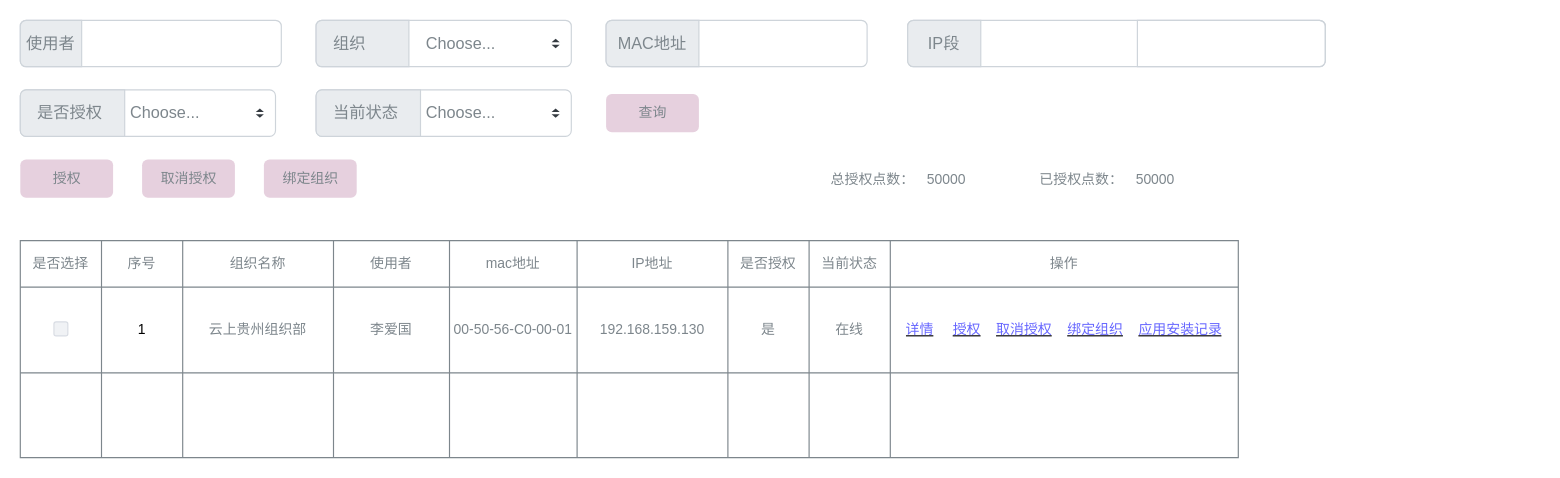
Before: 未命名绘图.drawio in fzon0902/DRAWIO-PICS, a draw.io diagram. Source tidied: cells renumbered, new cells numbered last; positions are measured from the earlier drawing's top-left corner, leaving out a move shared by most shapes. Both pictures are drawn from the tidied source at 116%, with x=0, y=0 at pixel (20, 20).
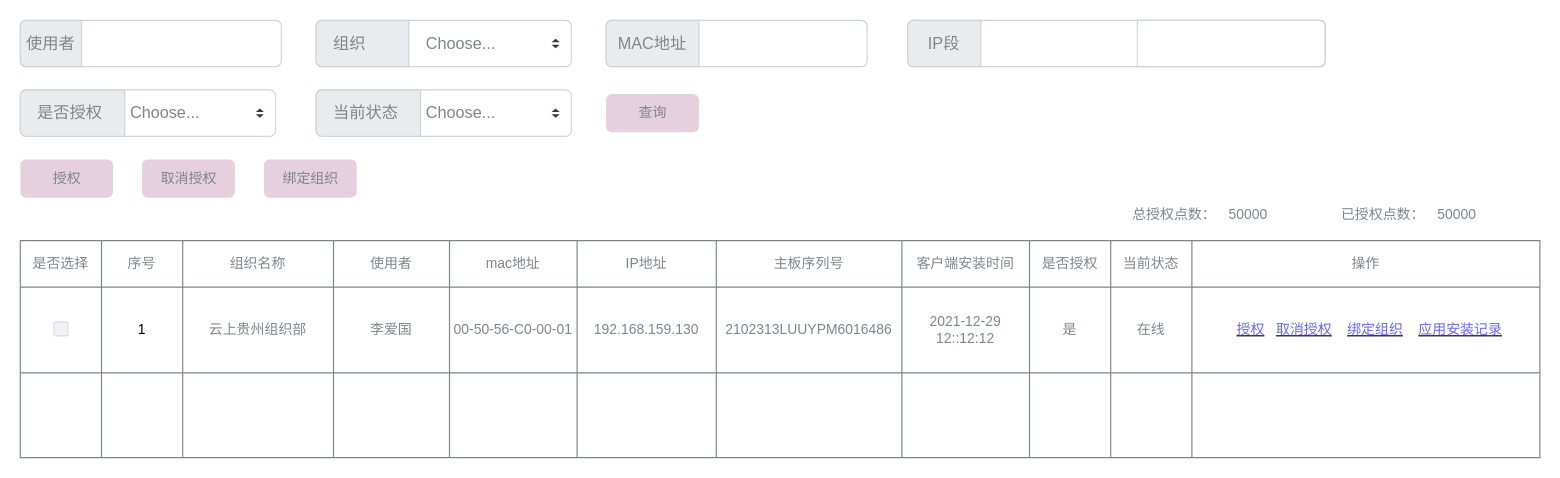
The same page after the edit.

Commit message:
客户端主界面.drawio

The edit, as a diff of the source:
```diff
@@
     <mxCell id="2" style="shape=table;html=1;whiteSpace=wrap;startSize=0;childLayout=tableLayout;shadow=0;fontColor=#7D868C;strokeColor=#7D868C;" parent="1" vertex="1">
-      <mxGeometry y="190" width="1050" height="187" as="geometry" />
+      <mxGeometry y="190" width="1310" height="187" as="geometry" />
     </mxCell>
     <mxCell id="3" style="shape=partialRectangle;html=1;whiteSpace=wrap;fillColor=none;top=0;left=0;bottom=0;right=0;shadow=0;" parent="2" vertex="1">
-      <mxGeometry width="1050" height="40" as="geometry" />
+      <mxGeometry width="1310" height="40" as="geometry" />
     </mxCell>
@@
     <mxCell id="9" value="IP地址" style="shape=partialRectangle;html=1;whiteSpace=wrap;fillColor=none;top=0;left=0;bottom=0;right=0;overflow=hidden;shadow=0;fontColor=#7D868C;" parent="3" vertex="1">
-      <mxGeometry x="480" width="130" height="40" as="geometry" />
+      <mxGeometry x="480" width="120" height="40" as="geometry" />
     </mxCell>
+    <mxCell id="61" value="主板序列号" style="shape=partialRectangle;html=1;whiteSpace=wrap;fillColor=none;top=0;left=0;bottom=0;right=0;overflow=hidden;shadow=0;fontColor=#7D868C;" parent="3" vertex="1">
+      <mxGeometry x="600" width="160" height="40" as="geometry" />
+    </mxCell>
+    <mxCell id="62" value="客户端安装时间" style="shape=partialRectangle;html=1;whiteSpace=wrap;fillColor=none;top=0;left=0;bottom=0;right=0;overflow=hidden;shadow=0;fontColor=#7D868C;" parent="3" vertex="1">
+      <mxGeometry x="760" width="110" height="40" as="geometry" />
+    </mxCell>
     <mxCell id="10" value="是否授权" style="shape=partialRectangle;html=1;whiteSpace=wrap;fillColor=none;top=0;left=0;bottom=0;right=0;overflow=hidden;shadow=0;fontColor=#7D868C;" parent="3" vertex="1">
-      <mxGeometry x="610" width="70" height="40" as="geometry" />
+      <mxGeometry x="870" width="70" height="40" as="geometry" />
     </mxCell>
     <mxCell id="11" value="当前状态" style="shape=partialRectangle;html=1;whiteSpace=wrap;fillColor=none;top=0;left=0;bottom=0;right=0;overflow=hidden;shadow=0;fontColor=#7D868C;" parent="3" vertex="1">
-      <mxGeometry x="680" width="70" height="40" as="geometry" />
+      <mxGeometry x="940" width="70" height="40" as="geometry" />
     </mxCell>
     <mxCell id="12" value="操作" style="shape=partialRectangle;html=1;whiteSpace=wrap;fillColor=none;top=0;left=0;bottom=0;right=0;overflow=hidden;shadow=0;fontColor=#7D868C;" parent="3" vertex="1">
-      <mxGeometry x="750" width="300" height="40" as="geometry" />
+      <mxGeometry x="1010" width="300" height="40" as="geometry" />
     </mxCell>
     <mxCell id="13" style="shape=partialRectangle;html=1;whiteSpace=wrap;fillColor=none;top=0;left=0;bottom=0;right=0;shadow=0;fontColor=#7D868C;" parent="2" vertex="1">
-      <mxGeometry y="40" width="1050" height="74" as="geometry" />
+      <mxGeometry y="40" width="1310" height="74" as="geometry" />
     </mxCell>
@@
     <mxCell id="19" value="192.168.159.130" style="shape=partialRectangle;html=1;whiteSpace=wrap;fillColor=none;top=0;left=0;bottom=0;right=0;overflow=hidden;shadow=0;fontColor=#7D868C;" parent="13" vertex="1">
-      <mxGeometry x="480" width="130" height="74" as="geometry" />
+      <mxGeometry x="480" width="120" height="74" as="geometry" />
     </mxCell>
+    <mxCell id="63" value="2102313LUUYPM6016486" style="shape=partialRectangle;html=1;whiteSpace=wrap;fillColor=none;top=0;left=0;bottom=0;right=0;overflow=hidden;shadow=0;fontColor=#7D868C;" parent="13" vertex="1">
+      <mxGeometry x="600" width="160" height="74" as="geometry" />
+    </mxCell>
+    <mxCell id="64" value="2021-12-29 12::12:12" style="shape=partialRectangle;html=1;whiteSpace=wrap;fillColor=none;top=0;left=0;bottom=0;right=0;overflow=hidden;shadow=0;fontColor=#7D868C;" parent="13" vertex="1">
+      <mxGeometry x="760" width="110" height="74" as="geometry" />
+    </mxCell>
     <mxCell id="20" value="是" style="shape=partialRectangle;html=1;whiteSpace=wrap;fillColor=none;top=0;left=0;bottom=0;right=0;overflow=hidden;shadow=0;fontColor=#7D868C;" parent="13" vertex="1">
-      <mxGeometry x="610" width="70" height="74" as="geometry" />
+      <mxGeometry x="870" width="70" height="74" as="geometry" />
     </mxCell>
     <mxCell id="21" value="在线" style="shape=partialRectangle;html=1;whiteSpace=wrap;fillColor=none;top=0;left=0;bottom=0;right=0;overflow=hidden;shadow=0;fontColor=#7D868C;" parent="13" vertex="1">
-      <mxGeometry x="680" width="70" height="74" as="geometry" />
+      <mxGeometry x="940" width="70" height="74" as="geometry" />
     </mxCell>
-    <mxCell id="22" value="&lt;u&gt;&lt;font color=&quot;#6666ff&quot;&gt;详情&lt;/font&gt;&lt;/u&gt;&lt;font color=&quot;#7d868c&quot;&gt;&amp;nbsp; &amp;nbsp; &amp;nbsp;&lt;/font&gt;&lt;u&gt;&lt;font color=&quot;#6666ff&quot;&gt;授权&lt;/font&gt;&lt;/u&gt;&lt;font color=&quot;#7d868c&quot;&gt;&amp;nbsp; &amp;nbsp; &lt;/font&gt;&lt;u&gt;&lt;font color=&quot;#6666ff&quot;&gt;取消授权&lt;/font&gt;&lt;/u&gt;&lt;font color=&quot;#7d868c&quot;&gt;&amp;nbsp; &amp;nbsp; &lt;/font&gt;&lt;u&gt;&lt;font color=&quot;#6666ff&quot;&gt;绑定组织&lt;/font&gt;&lt;/u&gt;&lt;font color=&quot;#7d868c&quot;&gt;&amp;nbsp; &amp;nbsp; &lt;/font&gt;&lt;u&gt;&lt;font color=&quot;#6666ff&quot;&gt;应用安装记录&lt;/font&gt;&lt;/u&gt;" style="shape=partialRectangle;html=1;whiteSpace=wrap;fillColor=none;top=0;left=0;bottom=0;right=0;overflow=hidden;shadow=0;" parent="13" vertex="1">
-      <mxGeometry x="750" width="300" height="74" as="geometry" />
+    <mxCell id="22" value="&lt;font color=&quot;#7d868c&quot;&gt;&amp;nbsp;&amp;nbsp;&lt;/font&gt;&lt;u&gt;&lt;font color=&quot;#6666ff&quot;&gt;授权&lt;/font&gt;&lt;/u&gt;&lt;font color=&quot;#7d868c&quot;&gt;&amp;nbsp; &amp;nbsp;&lt;/font&gt;&lt;u&gt;&lt;font color=&quot;#6666ff&quot;&gt;取消授权&lt;/font&gt;&lt;/u&gt;&lt;font color=&quot;#7d868c&quot;&gt;&amp;nbsp; &amp;nbsp; &lt;/font&gt;&lt;u&gt;&lt;font color=&quot;#6666ff&quot;&gt;绑定组织&lt;/font&gt;&lt;/u&gt;&lt;font color=&quot;#7d868c&quot;&gt;&amp;nbsp; &amp;nbsp; &lt;/font&gt;&lt;u&gt;&lt;font color=&quot;#6666ff&quot;&gt;应用安装记录&lt;/font&gt;&lt;/u&gt;" style="shape=partialRectangle;html=1;whiteSpace=wrap;fillColor=none;top=0;left=0;bottom=0;right=0;overflow=hidden;shadow=0;" parent="13" vertex="1">
+      <mxGeometry x="1010" width="300" height="74" as="geometry" />
     </mxCell>
     <mxCell id="23" style="shape=partialRectangle;html=1;whiteSpace=wrap;fillColor=none;top=0;left=0;bottom=0;right=0;shadow=0;" parent="2" vertex="1">
-      <mxGeometry y="114" width="1050" height="73" as="geometry" />
+      <mxGeometry y="114" width="1310" height="73" as="geometry" />
     </mxCell>
@@
     <mxCell id="29" style="shape=partialRectangle;html=1;whiteSpace=wrap;fillColor=none;top=0;left=0;bottom=0;right=0;overflow=hidden;shadow=0;" parent="23" vertex="1">
-      <mxGeometry x="480" width="130" height="73" as="geometry" />
+      <mxGeometry x="480" width="120" height="73" as="geometry" />
     </mxCell>
+    <mxCell id="65" style="shape=partialRectangle;html=1;whiteSpace=wrap;fillColor=none;top=0;left=0;bottom=0;right=0;overflow=hidden;shadow=0;" parent="23" vertex="1">
+      <mxGeometry x="600" width="160" height="73" as="geometry" />
+    </mxCell>
+    <mxCell id="66" style="shape=partialRectangle;html=1;whiteSpace=wrap;fillColor=none;top=0;left=0;bottom=0;right=0;overflow=hidden;shadow=0;" parent="23" vertex="1">
+      <mxGeometry x="760" width="110" height="73" as="geometry" />
+    </mxCell>
     <mxCell id="30" style="shape=partialRectangle;html=1;whiteSpace=wrap;fillColor=none;top=0;left=0;bottom=0;right=0;overflow=hidden;shadow=0;" parent="23" vertex="1">
-      <mxGeometry x="610" width="70" height="73" as="geometry" />
+      <mxGeometry x="870" width="70" height="73" as="geometry" />
     </mxCell>
     <mxCell id="31" style="shape=partialRectangle;html=1;whiteSpace=wrap;fillColor=none;top=0;left=0;bottom=0;right=0;overflow=hidden;shadow=0;" parent="23" vertex="1">
-      <mxGeometry x="680" width="70" height="73" as="geometry" />
+      <mxGeometry x="940" width="70" height="73" as="geometry" />
     </mxCell>
     <mxCell id="32" style="shape=partialRectangle;html=1;whiteSpace=wrap;fillColor=none;top=0;left=0;bottom=0;right=0;overflow=hidden;shadow=0;" parent="23" vertex="1">
-      <mxGeometry x="750" width="300" height="73" as="geometry" />
+      <mxGeometry x="1010" width="300" height="73" as="geometry" />
     </mxCell>
@@
     <mxCell id="57" value="总授权点数：" style="text;html=1;strokeColor=none;fillColor=none;align=center;verticalAlign=middle;whiteSpace=wrap;rounded=0;shadow=0;fontColor=#7D868C;" parent="1" vertex="1">
-      <mxGeometry x="690" y="123" width="90" height="30" as="geometry" />
+      <mxGeometry x="950" y="153" width="90" height="30" as="geometry" />
     </mxCell>
     <mxCell id="58" value="50000" style="text;html=1;strokeColor=none;fillColor=none;align=left;verticalAlign=middle;whiteSpace=wrap;rounded=0;shadow=0;fontColor=#7D868C;" parent="1" vertex="1">
-      <mxGeometry x="780" y="123" width="90" height="30" as="geometry" />
+      <mxGeometry x="1040" y="153" width="90" height="30" as="geometry" />
     </mxCell>
     <mxCell id="59" value="已授权点数：" style="text;html=1;strokeColor=none;fillColor=none;align=center;verticalAlign=middle;whiteSpace=wrap;rounded=0;shadow=0;fontColor=#7D868C;" parent="1" vertex="1">
-      <mxGeometry x="870" y="123" width="90" height="30" as="geometry" />
+      <mxGeometry x="1130" y="153" width="90" height="30" as="geometry" />
     </mxCell>
     <mxCell id="60" value="50000" style="text;html=1;strokeColor=none;fillColor=none;align=left;verticalAlign=middle;whiteSpace=wrap;rounded=0;shadow=0;fontColor=#7D868C;" parent="1" vertex="1">
-      <mxGeometry x="960" y="123" width="90" height="30" as="geometry" />
+      <mxGeometry x="1220" y="153" width="90" height="30" as="geometry" />
     </mxCell>
```
